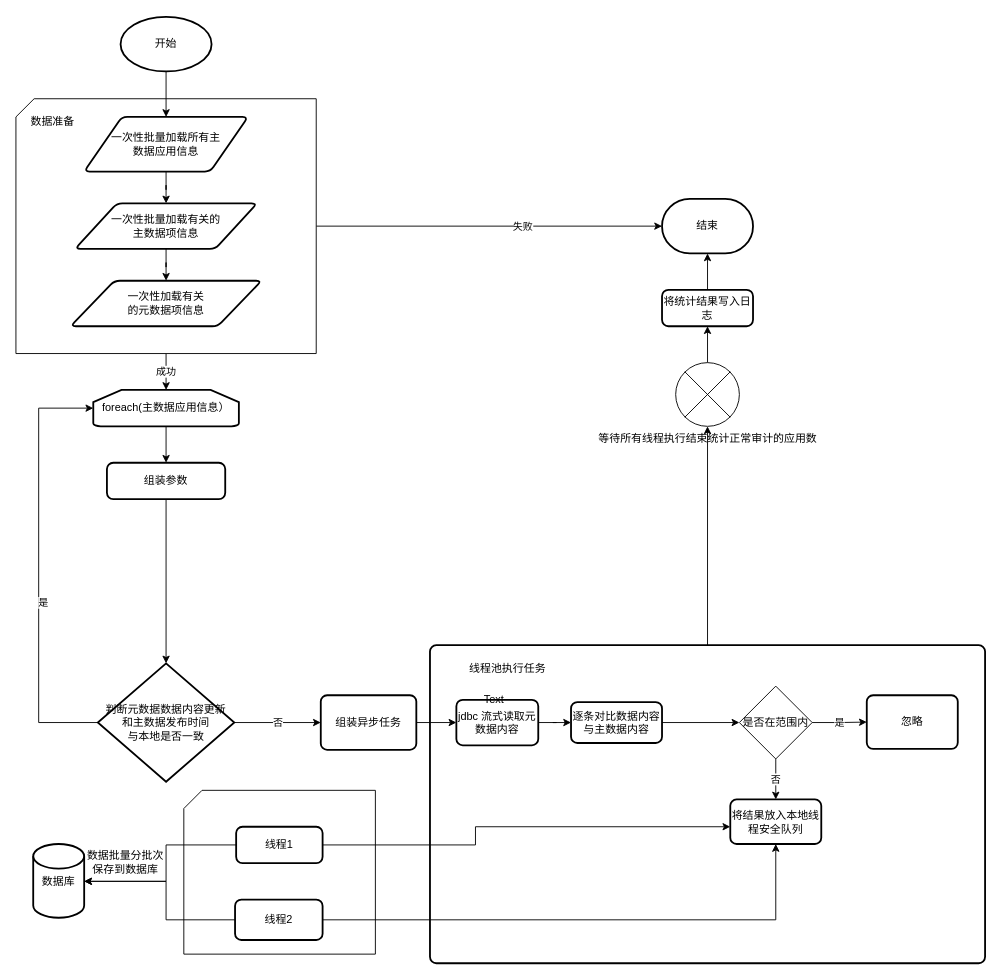
This is 主数据审计.drawio from weiqingping/dw, a draw.io file, before an edit. Source tidied: cells renumbered, new cells numbered last; positions are measured from the earlier drawing's top-left corner, leaving out a move shared by most shapes. Both pictures are drawn from the tidied source at 91%, with x=0, y=0 at pixel (15, 16).
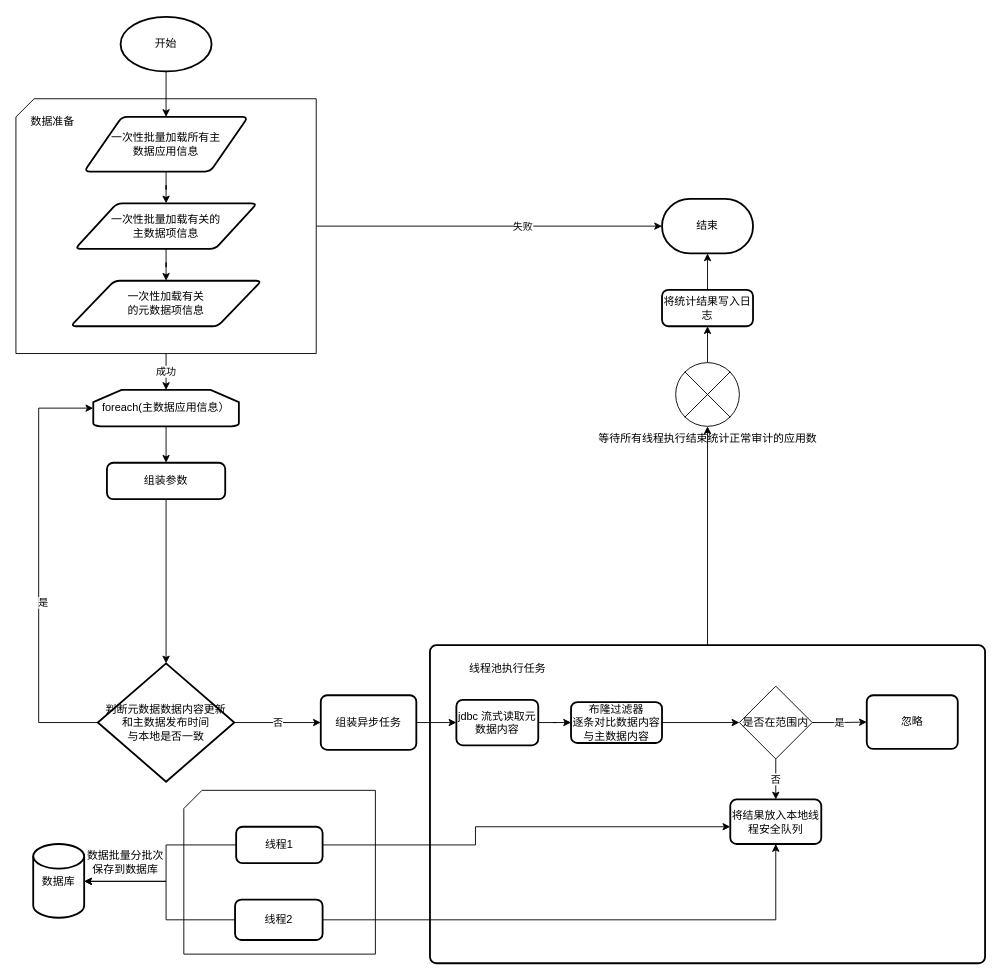
Above is the later version.

Commit message (it also covers changes not shown here):
更新主数据审计.drawio

Diff of the diagram source:
```diff
@@
-    <mxCell id="24" value="逐条对比数据内容与主数据内容" style="rounded=1;whiteSpace=wrap;html=1;absoluteArcSize=1;arcSize=14;strokeWidth=2;" parent="1" vertex="1">
+    <mxCell id="24" value="布隆过滤器&lt;br&gt;逐条对比数据内容与主数据内容" style="rounded=1;whiteSpace=wrap;html=1;absoluteArcSize=1;arcSize=14;strokeWidth=2;" parent="1" vertex="1">
       <mxGeometry x="610" y="753" width="100" height="45" as="geometry" />
     </mxCell>
@@
-    <mxCell id="42" value="Text" style="text;html=1;align=center;verticalAlign=middle;fillColor=none;strokeColor=none;rounded=0;" parent="1" vertex="1">
-      <mxGeometry x="500" y="735" width="50" height="30" as="geometry" />
-    </mxCell>
```
